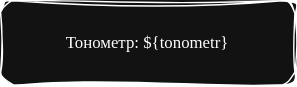
Before: test_2.drawio.svg, a diagram exported from draw.io (KhatsaevK/drawio). Source tidied: cells renumbered, new cells last; positions are measured from the earlier drawing's top-left corner, leaving out a move shared by most shapes.
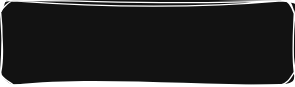
Above is the later version.

Change to the diagram source:
```diff
@@ -2,7 +2,7 @@
   <root>
     <mxCell id="0" />
     <mxCell id="1" parent="0" />
-    <mxCell id="2" value="Тонометр: ${tonometr}" style="rounded=1;whiteSpace=wrap;html=1;sketch=1;hachureGap=4;jiggle=2;curveFitting=1;fontFamily=Times New Roman;" parent="1" vertex="1">
+    <mxCell id="2" style="rounded=1;whiteSpace=wrap;html=1;sketch=1;hachureGap=4;jiggle=2;curveFitting=1;fontFamily=Times New Roman;" parent="1" vertex="1">
       <mxGeometry width="210" height="60" as="geometry" />
     </mxCell>
   </root>
```
